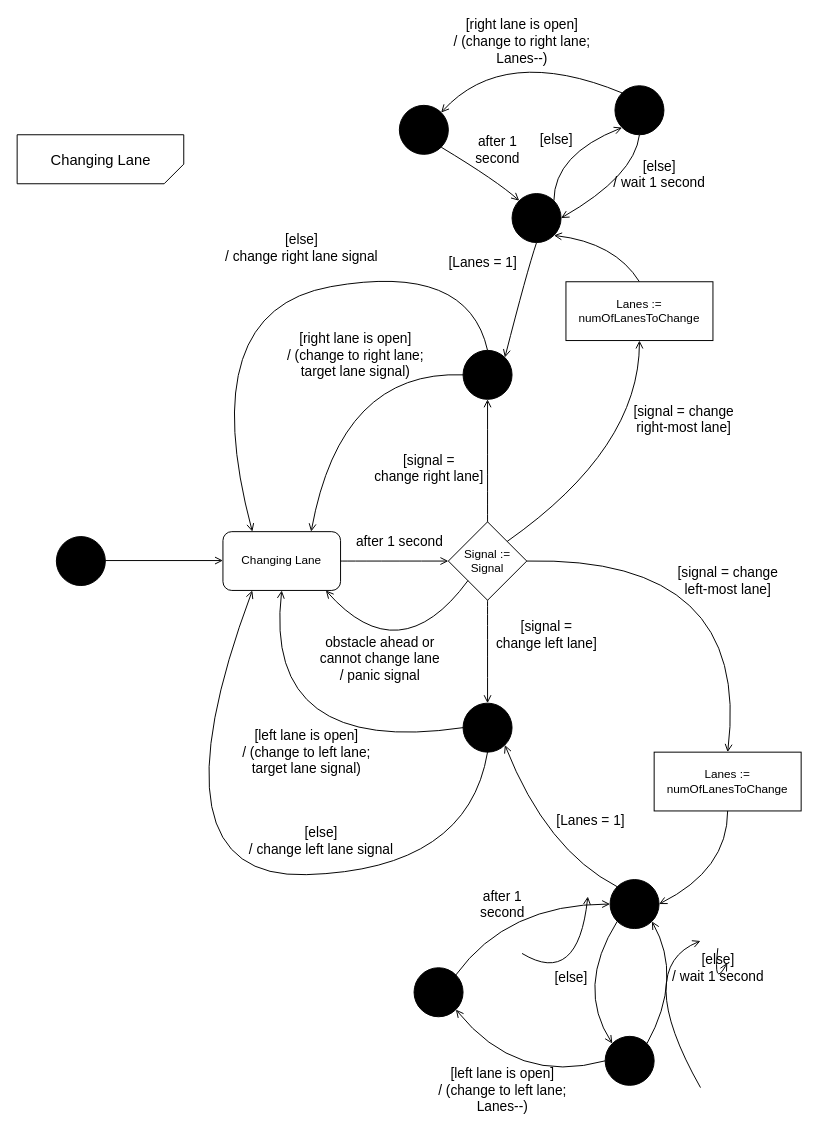
The draw.io diagram page "changing lane" (5 of 5) of state-diagram.drawio in gordonpn/soen331-assignment2, before the edit. Source tidied: cells renumbered, new cells numbered last; positions are measured from the earlier drawing's top-left corner, leaving out a move shared by most shapes. Both pictures are drawn from the tidied source at 98%, with x=0, y=0 at pixel (17, 17).
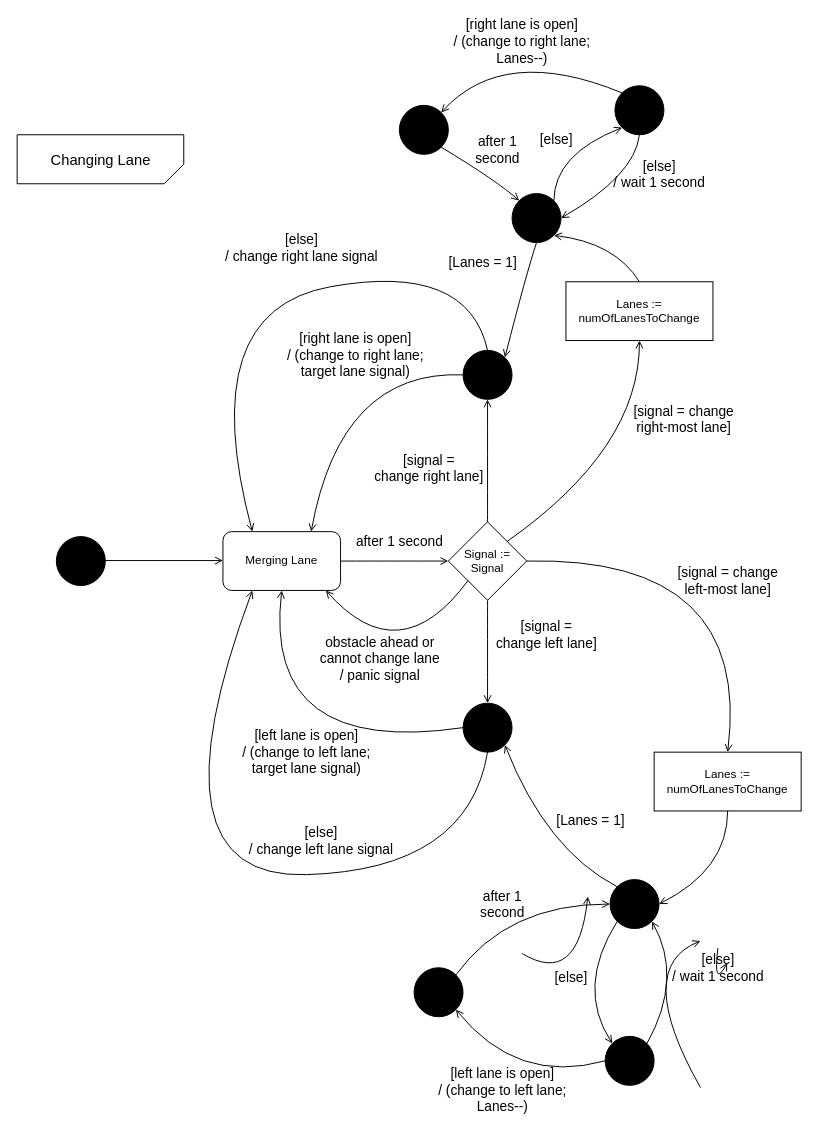
The same diagram, later.

Diff of the diagram source:
```diff
@@
-    <mxCell id="6" value="Changing Lane" style="rounded=1;whiteSpace=wrap;html=1;shadow=0;strokeColor=#000000;fillColor=#FFFFFF;align=center;" parent="1" vertex="1">
+    <mxCell id="6" value="Merging Lane" style="rounded=1;whiteSpace=wrap;html=1;shadow=0;strokeColor=#000000;fillColor=#FFFFFF;align=center;" parent="1" vertex="1">
       <mxGeometry x="210" y="525" width="120" height="60" as="geometry" />
     </mxCell>
```
